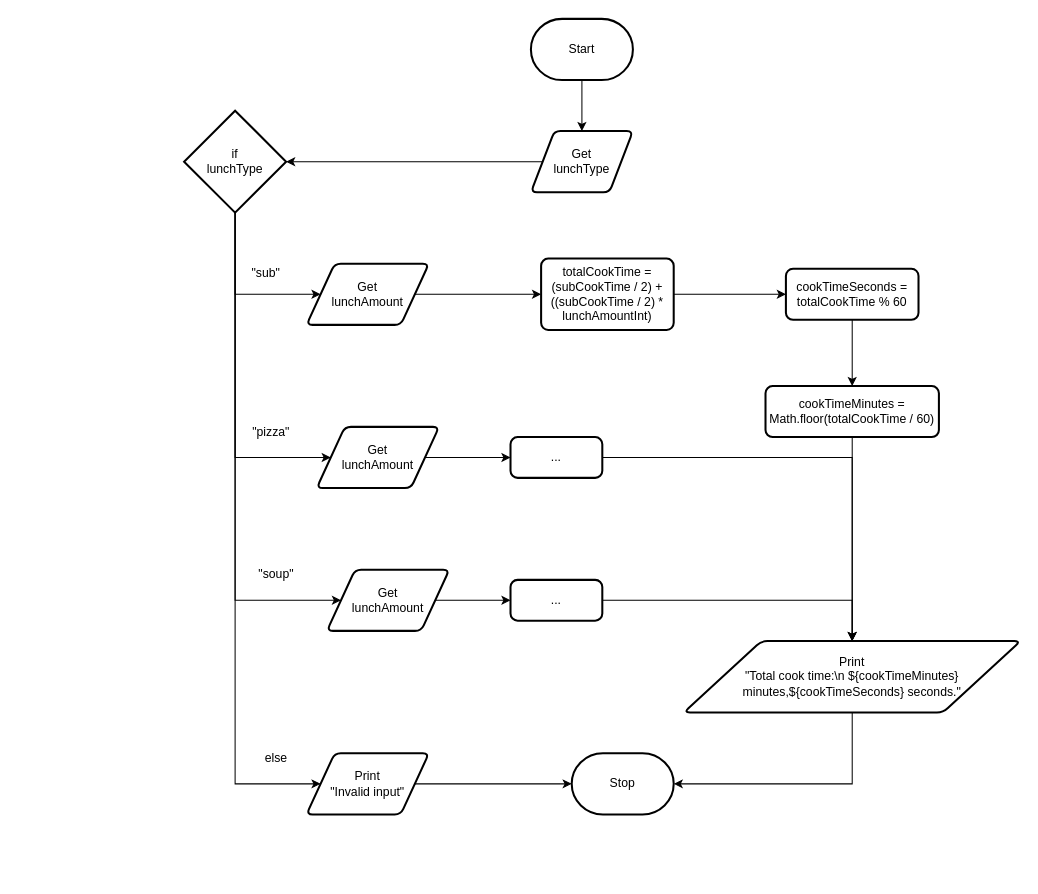
Curtis-Edwards/ICS4U-Unit-1-03-Typescript keeps this draw.io diagram as designs/flowchart.drawio. Above is the earlier version. Source tidied: cells renumbered, new cells numbered last; positions are measured from the earlier drawing's top-left corner, leaving out a move shared by most shapes. Both pictures are drawn from the tidied source at 102%, with x=0, y=0 at pixel (184, 18).
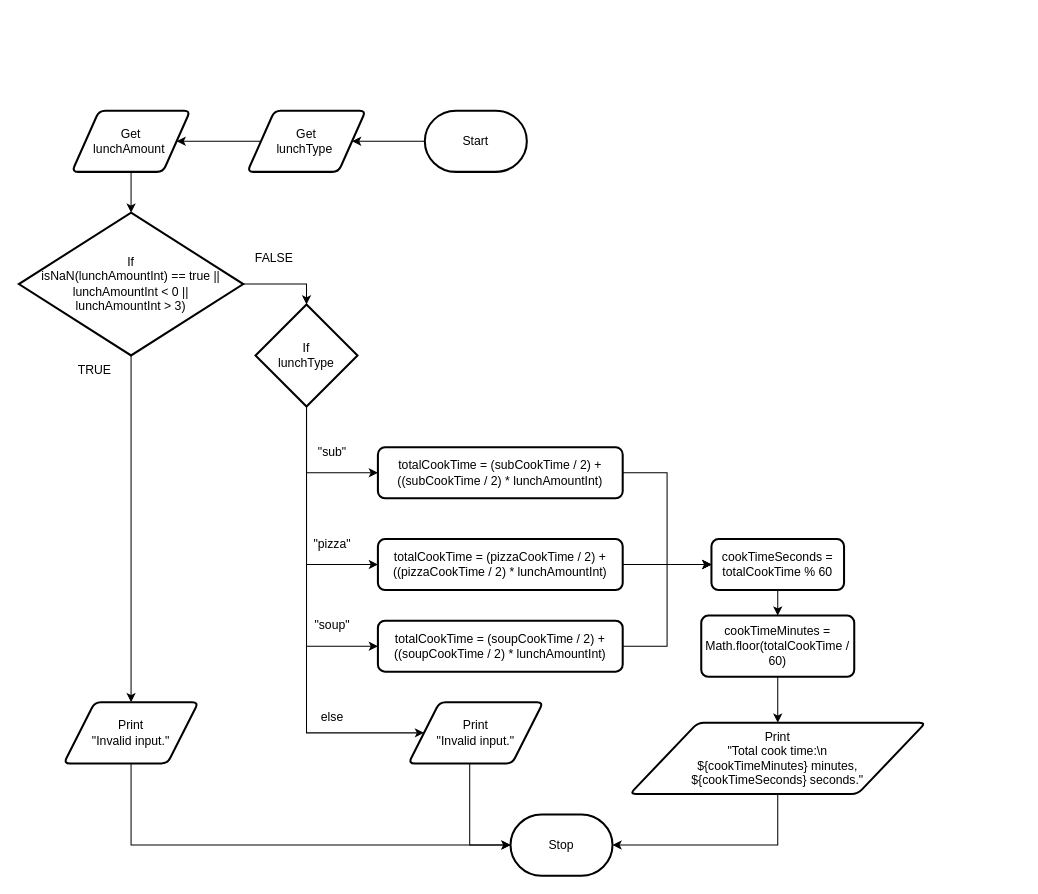
The same diagram, later.

The edit, as a diff of the source:
```diff
@@
-    <mxCell id="2" style="edgeStyle=orthogonalEdgeStyle;rounded=0;html=1;" parent="1" edge="1" source="3" target="5">
-      <mxGeometry relative="1" as="geometry" />
-    </mxCell>
+    <mxCell id="36" style="edgeStyle=orthogonalEdgeStyle;html=1;entryX=1;entryY=0.5;entryDx=0;entryDy=0;rounded=0;" parent="1" edge="1" source="3" target="30">
+      <mxGeometry relative="1" as="geometry" />
+    </mxCell>
     <mxCell id="3" value="Start" style="strokeWidth=2;html=1;shape=mxgraph.flowchart.terminator;whiteSpace=wrap;" parent="1" vertex="1">
-      <mxGeometry x="340" width="100" height="60" as="geometry" />
+      <mxGeometry x="236" y="90" width="100" height="60" as="geometry" />
     </mxCell>
-    <mxCell id="4" style="edgeStyle=orthogonalEdgeStyle;html=1;entryX=1;entryY=0.5;entryDx=0;entryDy=0;entryPerimeter=0;rounded=0;" parent="1" edge="1" source="5" target="10">
-      <mxGeometry relative="1" as="geometry" />
-    </mxCell>
-    <mxCell id="5" value="Get&lt;br&gt;lunchType" style="shape=parallelogram;html=1;strokeWidth=2;perimeter=parallelogramPerimeter;whiteSpace=wrap;rounded=1;arcSize=12;size=0.23;" parent="1" vertex="1">
-      <mxGeometry x="340" y="110" width="100" height="60" as="geometry" />
-    </mxCell>
-    <mxCell id="6" style="edgeStyle=orthogonalEdgeStyle;rounded=0;html=1;entryX=0;entryY=0.5;entryDx=0;entryDy=0;" parent="1" edge="1" source="10" target="13">
-      <mxGeometry relative="1" as="geometry">
-        <Array as="points">
-          <mxPoint x="50" y="270" />
-        </Array>
-      </mxGeometry>
-    </mxCell>
-    <mxCell id="7" style="edgeStyle=orthogonalEdgeStyle;rounded=0;html=1;entryX=0;entryY=0.5;entryDx=0;entryDy=0;" parent="1" edge="1" source="10" target="24">
-      <mxGeometry relative="1" as="geometry">
-        <Array as="points">
-          <mxPoint x="50" y="750" />
-        </Array>
-      </mxGeometry>
-    </mxCell>
-    <mxCell id="8" style="edgeStyle=orthogonalEdgeStyle;html=1;entryX=0;entryY=0.5;entryDx=0;entryDy=0;rounded=0;" parent="1" edge="1" source="10" target="33">
-      <mxGeometry relative="1" as="geometry">
-        <Array as="points">
-          <mxPoint x="50" y="430" />
-        </Array>
-      </mxGeometry>
-    </mxCell>
-    <mxCell id="9" style="edgeStyle=orthogonalEdgeStyle;rounded=0;html=1;entryX=0;entryY=0.5;entryDx=0;entryDy=0;" parent="1" edge="1" source="10" target="35">
-      <mxGeometry relative="1" as="geometry">
-        <Array as="points">
-          <mxPoint x="50" y="570" />
-        </Array>
-      </mxGeometry>
-    </mxCell>
-    <mxCell id="10" value="if&lt;br&gt;lunchType" style="strokeWidth=2;html=1;shape=mxgraph.flowchart.decision;whiteSpace=wrap;" parent="1" vertex="1">
-      <mxGeometry y="90" width="100" height="100" as="geometry" />
-    </mxCell>
-    <mxCell id="11" value="&quot;sub&quot;" style="text;html=1;align=center;verticalAlign=middle;strokeColor=none;fillColor=none;" parent="1" vertex="1">
-      <mxGeometry x="55" y="235" width="50" height="30" as="geometry" />
-    </mxCell>
-    <mxCell id="12" style="edgeStyle=orthogonalEdgeStyle;rounded=0;html=1;entryX=0;entryY=0.5;entryDx=0;entryDy=0;" parent="1" edge="1" source="13" target="15">
-      <mxGeometry relative="1" as="geometry" />
-    </mxCell>
-    <mxCell id="13" value="Get&lt;br&gt;lunchAmount" style="shape=parallelogram;html=1;strokeWidth=2;perimeter=parallelogramPerimeter;whiteSpace=wrap;rounded=1;arcSize=12;size=0.23;" parent="1" vertex="1">
-      <mxGeometry x="120" y="240" width="120" height="60" as="geometry" />
-    </mxCell>
+    <mxCell id="37" style="edgeStyle=orthogonalEdgeStyle;rounded=0;html=1;entryX=1;entryY=0.5;entryDx=0;entryDy=0;" parent="1" edge="1" source="30" target="39">
+      <mxGeometry relative="1" as="geometry" />
+    </mxCell>
+    <mxCell id="30" value="Get&lt;br&gt;lunchType&amp;nbsp;" style="shape=parallelogram;html=1;strokeWidth=2;perimeter=parallelogramPerimeter;whiteSpace=wrap;rounded=1;arcSize=12;size=0.23;" parent="1" vertex="1">
+      <mxGeometry x="62" y="90" width="116" height="60" as="geometry" />
+    </mxCell>
+    <mxCell id="38" style="edgeStyle=orthogonalEdgeStyle;html=1;entryX=0.5;entryY=0;entryDx=0;entryDy=0;entryPerimeter=0;rounded=0;" parent="1" edge="1" source="39" target="42">
+      <mxGeometry relative="1" as="geometry" />
+    </mxCell>
+    <mxCell id="39" value="Get&lt;br&gt;lunchAmount&amp;nbsp;" style="shape=parallelogram;html=1;strokeWidth=2;perimeter=parallelogramPerimeter;whiteSpace=wrap;rounded=1;arcSize=12;size=0.23;" parent="1" vertex="1">
+      <mxGeometry x="-110" y="90" width="116" height="60" as="geometry" />
+    </mxCell>
+    <mxCell id="40" style="edgeStyle=orthogonalEdgeStyle;html=1;entryX=0.5;entryY=0;entryDx=0;entryDy=0;rounded=0;" parent="1" edge="1" source="42" target="44">
+      <mxGeometry relative="1" as="geometry" />
+    </mxCell>
+    <mxCell id="41" style="edgeStyle=orthogonalEdgeStyle;rounded=0;html=1;entryX=0.5;entryY=0;entryDx=0;entryDy=0;entryPerimeter=0;" parent="1" edge="1" source="42" target="49">
+      <mxGeometry relative="1" as="geometry" />
+    </mxCell>
+    <mxCell id="42" value="If&lt;br&gt;isNaN(lunchAmountInt) == true || lunchAmountInt &amp;lt; 0 || &lt;br&gt;lunchAmountInt &amp;gt; 3)" style="strokeWidth=2;html=1;shape=mxgraph.flowchart.decision;whiteSpace=wrap;" parent="1" vertex="1">
+      <mxGeometry x="-162" y="190" width="220" height="140" as="geometry" />
+    </mxCell>
+    <mxCell id="43" style="edgeStyle=orthogonalEdgeStyle;rounded=0;html=1;entryX=0;entryY=0.5;entryDx=0;entryDy=0;entryPerimeter=0;" parent="1" edge="1" source="44" target="22">
+      <mxGeometry relative="1" as="geometry">
+        <Array as="points">
+          <mxPoint x="-52" y="810" />
+        </Array>
+      </mxGeometry>
+    </mxCell>
+    <mxCell id="44" value="Print&lt;br&gt;&quot;Invalid input.&quot;" style="shape=parallelogram;html=1;strokeWidth=2;perimeter=parallelogramPerimeter;whiteSpace=wrap;rounded=1;arcSize=12;size=0.23;" parent="1" vertex="1">
+      <mxGeometry x="-118" y="670" width="132" height="60" as="geometry" />
+    </mxCell>
+    <mxCell id="22" value="Stop" style="strokeWidth=2;html=1;shape=mxgraph.flowchart.terminator;whiteSpace=wrap;" parent="1" vertex="1">
+      <mxGeometry x="320" y="780" width="100" height="60" as="geometry" />
+    </mxCell>
+    <mxCell id="45" style="edgeStyle=orthogonalEdgeStyle;rounded=0;html=1;entryX=0;entryY=0.5;entryDx=0;entryDy=0;" parent="1" edge="1" source="49" target="51">
+      <mxGeometry relative="1" as="geometry">
+        <Array as="points">
+          <mxPoint x="120" y="535" />
+        </Array>
+      </mxGeometry>
+    </mxCell>
+    <mxCell id="46" style="edgeStyle=orthogonalEdgeStyle;rounded=0;html=1;entryX=0;entryY=0.5;entryDx=0;entryDy=0;" parent="1" edge="1" source="49" target="15">
+      <mxGeometry relative="1" as="geometry">
+        <Array as="points">
+          <mxPoint x="120" y="445" />
+        </Array>
+      </mxGeometry>
+    </mxCell>
+    <mxCell id="47" style="edgeStyle=orthogonalEdgeStyle;rounded=0;html=1;entryX=0;entryY=0.5;entryDx=0;entryDy=0;" parent="1" edge="1" source="49" target="53">
+      <mxGeometry relative="1" as="geometry">
+        <Array as="points">
+          <mxPoint x="120" y="700" />
+        </Array>
+      </mxGeometry>
+    </mxCell>
+    <mxCell id="48" style="edgeStyle=orthogonalEdgeStyle;rounded=0;html=1;entryX=0;entryY=0.5;entryDx=0;entryDy=0;" parent="1" edge="1" source="49" target="55">
+      <mxGeometry relative="1" as="geometry">
+        <Array as="points">
+          <mxPoint x="120" y="615" />
+        </Array>
+      </mxGeometry>
+    </mxCell>
+    <mxCell id="49" value="If&lt;br&gt;lunchType" style="strokeWidth=2;html=1;shape=mxgraph.flowchart.decision;whiteSpace=wrap;" parent="1" vertex="1">
+      <mxGeometry x="70" y="280" width="100" height="100" as="geometry" />
+    </mxCell>
@@
     <mxCell id="15" value="&lt;div&gt;totalCookTime = (subCookTime / 2) + ((subCookTime / 2) * lunchAmountInt)&lt;/div&gt;" style="rounded=1;whiteSpace=wrap;html=1;absoluteArcSize=1;arcSize=14;strokeWidth=2;" parent="1" vertex="1">
-      <mxGeometry x="350" y="235" width="130" height="70" as="geometry" />
+      <mxGeometry x="190" y="420" width="240" height="50" as="geometry" />
     </mxCell>
+    <mxCell id="50" style="edgeStyle=orthogonalEdgeStyle;rounded=0;html=1;entryX=0;entryY=0.5;entryDx=0;entryDy=0;" parent="1" edge="1" source="51" target="17">
+      <mxGeometry relative="1" as="geometry" />
+    </mxCell>
+    <mxCell id="51" value="&lt;div&gt;totalCookTime = (pizzaCookTime / 2) + ((pizzaCookTime / 2) * lunchAmountInt)&lt;/div&gt;" style="rounded=1;whiteSpace=wrap;html=1;absoluteArcSize=1;arcSize=14;strokeWidth=2;" parent="1" vertex="1">
+      <mxGeometry x="190" y="510" width="240" height="50" as="geometry" />
+    </mxCell>
+    <mxCell id="52" style="edgeStyle=orthogonalEdgeStyle;rounded=0;html=1;entryX=0;entryY=0.5;entryDx=0;entryDy=0;entryPerimeter=0;" parent="1" edge="1" source="53" target="22">
+      <mxGeometry relative="1" as="geometry">
+        <Array as="points">
+          <mxPoint x="280" y="810" />
+        </Array>
+      </mxGeometry>
+    </mxCell>
+    <mxCell id="53" value="Print&lt;br&gt;&quot;Invalid input.&quot;" style="shape=parallelogram;html=1;strokeWidth=2;perimeter=parallelogramPerimeter;whiteSpace=wrap;rounded=1;arcSize=12;size=0.23;" parent="1" vertex="1">
+      <mxGeometry x="220" y="670" width="132" height="60" as="geometry" />
+    </mxCell>
+    <mxCell id="54" style="edgeStyle=orthogonalEdgeStyle;rounded=0;html=1;entryX=0;entryY=0.5;entryDx=0;entryDy=0;" parent="1" edge="1" source="55" target="17">
+      <mxGeometry relative="1" as="geometry" />
+    </mxCell>
+    <mxCell id="55" value="&lt;div&gt;totalCookTime = (soupCookTime / 2) + ((soupCookTime / 2) * lunchAmountInt)&lt;/div&gt;" style="rounded=1;whiteSpace=wrap;html=1;absoluteArcSize=1;arcSize=14;strokeWidth=2;" parent="1" vertex="1">
+      <mxGeometry x="190" y="590" width="240" height="50" as="geometry" />
+    </mxCell>
@@
     <mxCell id="17" value="&lt;div&gt;cookTimeSeconds = totalCookTime % 60&lt;/div&gt;" style="rounded=1;whiteSpace=wrap;html=1;absoluteArcSize=1;arcSize=14;strokeWidth=2;" parent="1" vertex="1">
-      <mxGeometry x="590" y="245" width="130" height="50" as="geometry" />
+      <mxGeometry x="517" y="510" width="130" height="50" as="geometry" />
     </mxCell>
-    <mxCell id="18" style="edgeStyle=orthogonalEdgeStyle;rounded=0;html=1;entryX=0.5;entryY=0;entryDx=0;entryDy=0;" parent="1" edge="1" source="19" target="21">
-      <mxGeometry relative="1" as="geometry" />
-    </mxCell>
+    <mxCell id="56" style="edgeStyle=orthogonalEdgeStyle;rounded=0;html=1;entryX=0.5;entryY=0;entryDx=0;entryDy=0;" parent="1" edge="1" source="19" target="58">
+      <mxGeometry relative="1" as="geometry" />
+    </mxCell>
     <mxCell id="19" value="&lt;div&gt;cookTimeMinutes = Math.floor(totalCookTime / 60)&lt;/div&gt;" style="rounded=1;whiteSpace=wrap;html=1;absoluteArcSize=1;arcSize=14;strokeWidth=2;" parent="1" vertex="1">
-      <mxGeometry x="570" y="360" width="170" height="50" as="geometry" />
+      <mxGeometry x="507" y="585" width="150" height="60" as="geometry" />
     </mxCell>
-    <mxCell id="20" style="edgeStyle=orthogonalEdgeStyle;rounded=0;html=1;entryX=1;entryY=0.5;entryDx=0;entryDy=0;entryPerimeter=0;" parent="1" edge="1" source="21" target="22">
-      <mxGeometry relative="1" as="geometry">
-        <Array as="points">
-          <mxPoint x="655" y="750" />
-        </Array>
-      </mxGeometry>
-    </mxCell>
-    <mxCell id="21" value="Print&lt;br&gt;&quot;Total cook time:\n ${cookTimeMinutes} minutes,${cookTimeSeconds} seconds.&quot;" style="shape=parallelogram;html=1;strokeWidth=2;perimeter=parallelogramPerimeter;whiteSpace=wrap;rounded=1;arcSize=12;size=0.23;" parent="1" vertex="1">
-      <mxGeometry x="490" y="610" width="330" height="70" as="geometry" />
-    </mxCell>
-    <mxCell id="22" value="Stop" style="strokeWidth=2;html=1;shape=mxgraph.flowchart.terminator;whiteSpace=wrap;" parent="1" vertex="1">
-      <mxGeometry x="380" y="720" width="100" height="60" as="geometry" />
-    </mxCell>
-    <mxCell id="23" style="edgeStyle=orthogonalEdgeStyle;rounded=0;html=1;entryX=0;entryY=0.5;entryDx=0;entryDy=0;entryPerimeter=0;" parent="1" edge="1" source="24" target="22">
-      <mxGeometry relative="1" as="geometry" />
-    </mxCell>
-    <mxCell id="24" value="Print&lt;br&gt;&quot;Invalid input&quot;" style="shape=parallelogram;html=1;strokeWidth=2;perimeter=parallelogramPerimeter;whiteSpace=wrap;rounded=1;arcSize=12;size=0.23;" parent="1" vertex="1">
-      <mxGeometry x="120" y="720" width="120" height="60" as="geometry" />
-    </mxCell>
+    <mxCell id="57" style="edgeStyle=orthogonalEdgeStyle;rounded=0;html=1;entryX=1;entryY=0.5;entryDx=0;entryDy=0;entryPerimeter=0;" parent="1" edge="1" source="58" target="22">
+      <mxGeometry relative="1" as="geometry">
+        <Array as="points">
+          <mxPoint x="582" y="810" />
+        </Array>
+      </mxGeometry>
+    </mxCell>
+    <mxCell id="58" value="Print&lt;br&gt;&quot;Total cook time:\n&lt;br&gt;${cookTimeMinutes} minutes, &lt;br&gt;${cookTimeSeconds} seconds.&quot;" style="shape=parallelogram;html=1;strokeWidth=2;perimeter=parallelogramPerimeter;whiteSpace=wrap;rounded=1;arcSize=12;size=0.23;" parent="1" vertex="1">
+      <mxGeometry x="437" y="690" width="290" height="70" as="geometry" />
+    </mxCell>
+    <mxCell id="59" value="TRUE" style="text;html=1;align=center;verticalAlign=middle;strokeColor=none;fillColor=none;" parent="1" vertex="1">
+      <mxGeometry x="-118" y="330" width="60" height="30" as="geometry" />
+    </mxCell>
+    <mxCell id="60" value="FALSE" style="text;html=1;align=center;verticalAlign=middle;strokeColor=none;fillColor=none;" parent="1" vertex="1">
+      <mxGeometry x="58" y="220" width="60" height="30" as="geometry" />
+    </mxCell>
+    <mxCell id="11" value="&quot;sub&quot;" style="text;html=1;align=center;verticalAlign=middle;strokeColor=none;fillColor=none;" parent="1" vertex="1">
+      <mxGeometry x="120" y="410" width="50" height="30" as="geometry" />
+    </mxCell>
     <mxCell id="25" value="&quot;pizza&quot;" style="text;html=1;align=center;verticalAlign=middle;strokeColor=none;fillColor=none;" parent="1" vertex="1">
-      <mxGeometry x="55" y="390" width="60" height="30" as="geometry" />
+      <mxGeometry x="115" y="500" width="60" height="30" as="geometry" />
     </mxCell>
+    <mxCell id="29" value="&quot;soup&quot;" style="text;html=1;align=center;verticalAlign=middle;strokeColor=none;fillColor=none;" parent="1" vertex="1">
+      <mxGeometry x="115" y="580" width="60" height="30" as="geometry" />
+    </mxCell>
     <mxCell id="26" value="else" style="text;html=1;align=center;verticalAlign=middle;strokeColor=none;fillColor=none;" parent="1" vertex="1">
-      <mxGeometry x="65" y="710" width="50" height="30" as="geometry" />
+      <mxGeometry x="120" y="670" width="50" height="30" as="geometry" />
     </mxCell>
-    <mxCell id="27" style="edgeStyle=orthogonalEdgeStyle;rounded=0;html=1;entryX=0.5;entryY=0;entryDx=0;entryDy=0;" parent="1" edge="1" source="28" target="21">
-      <mxGeometry relative="1" as="geometry" />
-    </mxCell>
-    <mxCell id="28" value="&lt;div&gt;...&lt;/div&gt;" style="rounded=1;whiteSpace=wrap;html=1;absoluteArcSize=1;arcSize=14;strokeWidth=2;" parent="1" vertex="1">
-      <mxGeometry x="320" y="550" width="90" height="40" as="geometry" />
-    </mxCell>
-    <mxCell id="29" value="&quot;soup&quot;" style="text;html=1;align=center;verticalAlign=middle;strokeColor=none;fillColor=none;" parent="1" vertex="1">
-      <mxGeometry x="60" y="530" width="60" height="30" as="geometry" />
-    </mxCell>
-    <mxCell id="30" style="edgeStyle=orthogonalEdgeStyle;rounded=0;html=1;entryX=0.5;entryY=0;entryDx=0;entryDy=0;" parent="1" edge="1" source="31" target="21">
-      <mxGeometry relative="1" as="geometry" />
-    </mxCell>
-    <mxCell id="31" value="&lt;div&gt;...&lt;/div&gt;" style="rounded=1;whiteSpace=wrap;html=1;absoluteArcSize=1;arcSize=14;strokeWidth=2;" parent="1" vertex="1">
-      <mxGeometry x="320" y="410" width="90" height="40" as="geometry" />
-    </mxCell>
-    <mxCell id="32" style="edgeStyle=orthogonalEdgeStyle;rounded=0;html=1;entryX=0;entryY=0.5;entryDx=0;entryDy=0;" parent="1" edge="1" source="33" target="31">
-      <mxGeometry relative="1" as="geometry" />
-    </mxCell>
-    <mxCell id="33" value="Get&lt;br&gt;lunchAmount" style="shape=parallelogram;html=1;strokeWidth=2;perimeter=parallelogramPerimeter;whiteSpace=wrap;rounded=1;arcSize=12;size=0.23;" parent="1" vertex="1">
-      <mxGeometry x="130" y="400" width="120" height="60" as="geometry" />
-    </mxCell>
-    <mxCell id="34" style="edgeStyle=orthogonalEdgeStyle;rounded=0;html=1;entryX=0;entryY=0.5;entryDx=0;entryDy=0;" parent="1" edge="1" source="35" target="28">
-      <mxGeometry relative="1" as="geometry" />
-    </mxCell>
-    <mxCell id="35" value="Get&lt;br&gt;lunchAmount" style="shape=parallelogram;html=1;strokeWidth=2;perimeter=parallelogramPerimeter;whiteSpace=wrap;rounded=1;arcSize=12;size=0.23;" parent="1" vertex="1">
-      <mxGeometry x="140" y="540" width="120" height="60" as="geometry" />
-    </mxCell>
```
